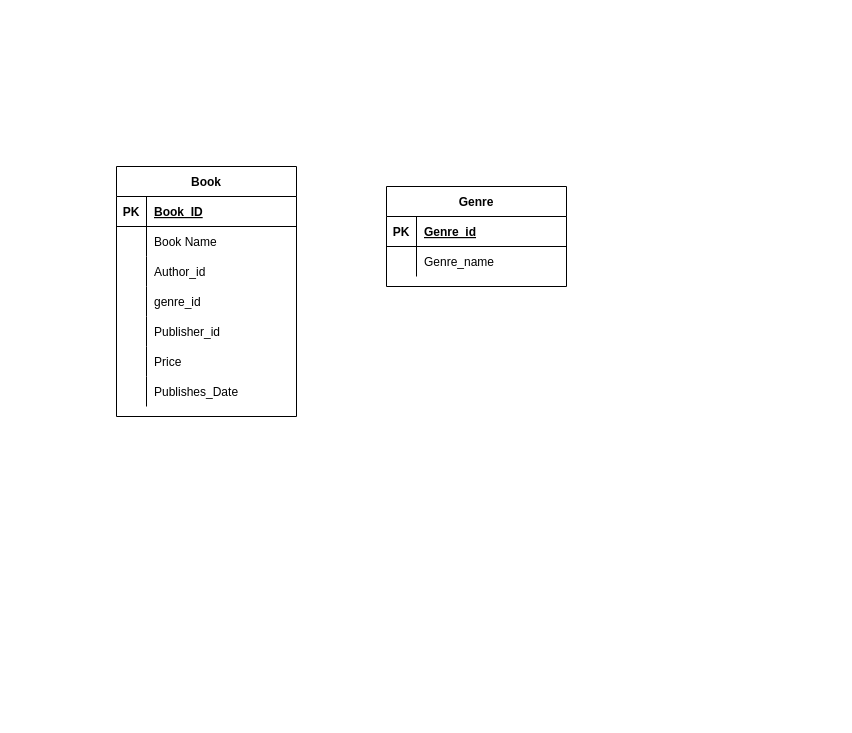
Before: Untitled Diagram.drawio in NikhilK-crypto/DBMS, a draw.io diagram. Source tidied: cells renumbered, new cells numbered last; positions are measured from the earlier drawing's top-left corner, leaving out a move shared by most shapes. Both pictures are drawn from the tidied source at 100%, with x=0, y=0 at pixel (116, 166).
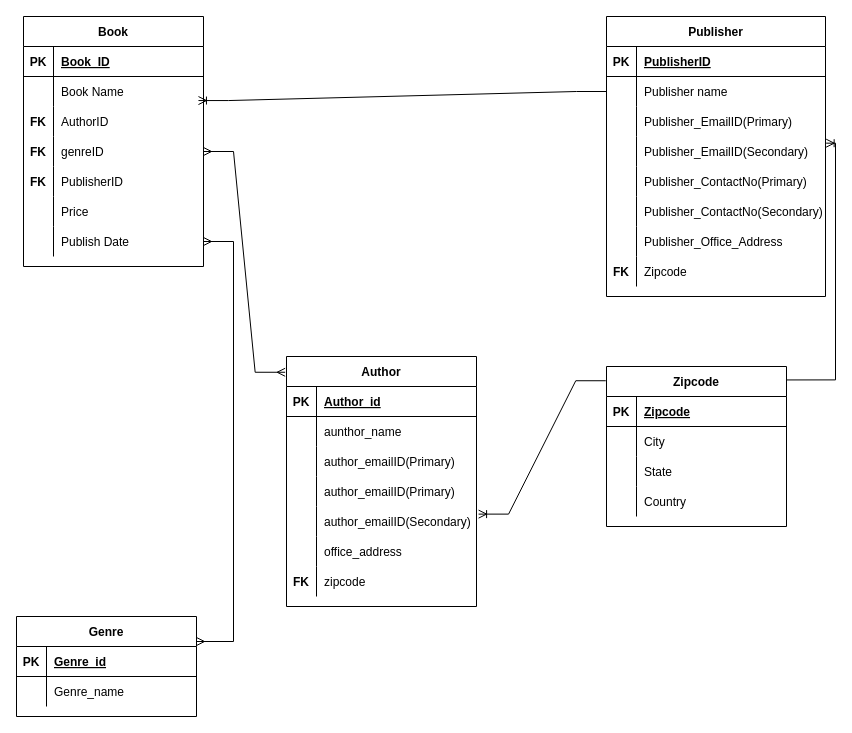
Above is the later version.

The change refers to these unchanged cells:
```xml
<mxCell id="9" style="shape=tableRow;horizontal=0;startSize=0;swimlaneHead=0;swimlaneBody=0;fillColor=none;points=[[0,0.5],[1,0.5]];portConstraint=eastwest;top=0;left=0;right=0;bottom=0;" parent="2" vertex="1">
  <mxGeometry y="90" width="180" height="30" as="geometry" />
</mxCell>
<mxCell id="12" style="shape=tableRow;horizontal=0;startSize=0;swimlaneHead=0;swimlaneBody=0;fillColor=none;points=[[0,0.5],[1,0.5]];portConstraint=eastwest;top=0;left=0;right=0;bottom=0;" parent="2" vertex="1">
  <mxGeometry y="120" width="180" height="30" as="geometry" />
</mxCell>
<mxCell id="15" style="shape=tableRow;horizontal=0;startSize=0;swimlaneHead=0;swimlaneBody=0;fillColor=none;top=0;left=0;right=0;bottom=0;" parent="2" vertex="1">
  <mxGeometry y="150" width="180" height="30" as="geometry" />
</mxCell>
<mxCell id="21" style="shape=tableRow;horizontal=0;startSize=0;swimlaneHead=0;swimlaneBody=0;fillColor=none;points=[[0,0.5],[1,0.5]];portConstraint=eastwest;top=0;left=0;right=0;bottom=0;" parent="2" vertex="1">
  <mxGeometry y="210" width="180" height="30" as="geometry" />
</mxCell>
```

What changed in the source:
```diff
@@
     <mxCell id="2" value="Book" style="shape=table;startSize=30;childLayout=tableLayout;rowLines=0;fontStyle=1;align=center;" parent="1" vertex="1">
-      <mxGeometry width="180" height="250" as="geometry" />
+      <mxGeometry x="-93" y="-150" width="180" height="250" as="geometry" />
     </mxCell>
@@
-    <mxCell id="11" value="Author_id" style="shape=partialRectangle;fillColor=none;top=0;left=0;bottom=0;right=0;align=left;spacingLeft=6;overflow=hidden;" parent="9" vertex="1">
+    <mxCell id="11" value="AuthorID" style="shape=partialRectangle;fillColor=none;top=0;left=0;bottom=0;right=0;align=left;spacingLeft=6;overflow=hidden;" parent="9" vertex="1">
       <mxGeometry x="30" width="150" height="30" as="geometry" />
     </mxCell>
@@
-    <mxCell id="14" value="genre_id" style="shape=partialRectangle;fillColor=none;top=0;left=0;bottom=0;right=0;align=left;spacingLeft=6;overflow=hidden;" parent="12" vertex="1">
+    <mxCell id="14" value="genreID" style="shape=partialRectangle;fillColor=none;top=0;left=0;bottom=0;right=0;align=left;spacingLeft=6;overflow=hidden;" parent="12" vertex="1">
       <mxGeometry x="30" width="150" height="30" as="geometry" />
     </mxCell>
@@
-    <mxCell id="16" style="shape=partialRectangle;fillColor=none;top=0;left=0;bottom=0;right=0;overflow=hidden;" parent="15" vertex="1">
+    <mxCell id="16" value="FK" style="shape=partialRectangle;fillColor=none;top=0;left=0;bottom=0;right=0;overflow=hidden;fontStyle=1;" parent="15" vertex="1">
       <mxGeometry width="30" height="30" as="geometry" />
     </mxCell>
-    <mxCell id="17" value="Publisher_id" style="shape=partialRectangle;fillColor=none;top=0;left=0;bottom=0;right=0;align=left;spacingLeft=6;overflow=hidden;" parent="15" vertex="1">
+    <mxCell id="17" value="PublisherID" style="shape=partialRectangle;fillColor=none;top=0;left=0;bottom=0;right=0;align=left;spacingLeft=6;overflow=hidden;" parent="15" vertex="1">
       <mxGeometry x="30" width="150" height="30" as="geometry" />
     </mxCell>
@@
-    <mxCell id="23" value="Publishes_Date" style="shape=partialRectangle;fillColor=none;top=0;left=0;bottom=0;right=0;align=left;spacingLeft=6;overflow=hidden;" parent="21" vertex="1">
+    <mxCell id="23" value="Publish Date" style="shape=partialRectangle;fillColor=none;top=0;left=0;bottom=0;right=0;align=left;spacingLeft=6;overflow=hidden;" parent="21" vertex="1">
       <mxGeometry x="30" width="150" height="30" as="geometry" />
     </mxCell>
     <mxCell id="24" value="Genre" style="shape=table;startSize=30;childLayout=tableLayout;rowLines=0;fontStyle=1;align=center;" parent="1" vertex="1">
-      <mxGeometry x="270" y="20" width="180" height="100" as="geometry" />
+      <mxGeometry x="-100" y="450" width="180" height="100" as="geometry" />
     </mxCell>
@@
+    <mxCell id="31" value="Zipcode" style="shape=table;startSize=30;childLayout=tableLayout;rowLines=0;fontStyle=1;align=center;" parent="1" vertex="1">
+      <mxGeometry x="490" y="200" width="180" height="160" as="geometry" />
+    </mxCell>
+    <mxCell id="32" style="shape=tableRow;horizontal=0;startSize=0;swimlaneHead=0;swimlaneBody=0;fillColor=none;top=0;left=0;right=0;bottom=1;" parent="31" vertex="1">
+      <mxGeometry y="30" width="180" height="30" as="geometry" />
+    </mxCell>
+    <mxCell id="33" value="PK" style="shape=partialRectangle;fillColor=none;top=0;left=0;bottom=0;right=0;fontStyle=1;overflow=hidden;" parent="32" vertex="1">
+      <mxGeometry width="30" height="30" as="geometry" />
+    </mxCell>
+    <mxCell id="34" value="Zipcode" style="shape=partialRectangle;fillColor=none;top=0;left=0;bottom=0;right=0;align=left;spacingLeft=6;fontStyle=5;overflow=hidden;" parent="32" vertex="1">
+      <mxGeometry x="30" width="150" height="30" as="geometry" />
+    </mxCell>
+    <mxCell id="35" style="shape=tableRow;horizontal=0;startSize=0;swimlaneHead=0;swimlaneBody=0;fillColor=none;top=0;left=0;right=0;bottom=0;" parent="31" vertex="1">
+      <mxGeometry y="60" width="180" height="30" as="geometry" />
+    </mxCell>
+    <mxCell id="36" style="shape=partialRectangle;fillColor=none;top=0;left=0;bottom=0;right=0;overflow=hidden;" parent="35" vertex="1">
+      <mxGeometry width="30" height="30" as="geometry" />
+    </mxCell>
+    <mxCell id="37" value="City" style="shape=partialRectangle;fillColor=none;top=0;left=0;bottom=0;right=0;align=left;spacingLeft=6;overflow=hidden;" parent="35" vertex="1">
+      <mxGeometry x="30" width="150" height="30" as="geometry" />
+    </mxCell>
+    <mxCell id="38" style="shape=tableRow;horizontal=0;startSize=0;swimlaneHead=0;swimlaneBody=0;fillColor=none;top=0;left=0;right=0;bottom=0;" parent="31" vertex="1">
+      <mxGeometry y="90" width="180" height="30" as="geometry" />
+    </mxCell>
+    <mxCell id="39" style="shape=partialRectangle;fillColor=none;top=0;left=0;bottom=0;right=0;overflow=hidden;" parent="38" vertex="1">
+      <mxGeometry width="30" height="30" as="geometry" />
+    </mxCell>
+    <mxCell id="40" value="State" style="shape=partialRectangle;fillColor=none;top=0;left=0;bottom=0;right=0;align=left;spacingLeft=6;overflow=hidden;" parent="38" vertex="1">
+      <mxGeometry x="30" width="150" height="30" as="geometry" />
+    </mxCell>
+    <mxCell id="41" style="shape=tableRow;horizontal=0;startSize=0;swimlaneHead=0;swimlaneBody=0;fillColor=none;top=0;left=0;right=0;bottom=0;" parent="31" vertex="1">
+      <mxGeometry y="120" width="180" height="30" as="geometry" />
+    </mxCell>
+    <mxCell id="42" style="shape=partialRectangle;fillColor=none;top=0;left=0;bottom=0;right=0;overflow=hidden;" parent="41" vertex="1">
+      <mxGeometry width="30" height="30" as="geometry" />
+    </mxCell>
+    <mxCell id="43" value="Country" style="shape=partialRectangle;fillColor=none;top=0;left=0;bottom=0;right=0;align=left;spacingLeft=6;overflow=hidden;" parent="41" vertex="1">
+      <mxGeometry x="30" width="150" height="30" as="geometry" />
+    </mxCell>
+    <mxCell id="44" value="Publisher" style="shape=table;startSize=30;childLayout=tableLayout;rowLines=0;fontStyle=1;align=center;" parent="1" vertex="1">
+      <mxGeometry x="490" y="-150" width="219" height="280" as="geometry" />
+    </mxCell>
+    <mxCell id="45" style="shape=tableRow;horizontal=0;startSize=0;swimlaneHead=0;swimlaneBody=0;fillColor=none;top=0;left=0;right=0;bottom=1;" parent="44" vertex="1">
+      <mxGeometry y="30" width="219" height="30" as="geometry" />
+    </mxCell>
+    <mxCell id="46" value="PK" style="shape=partialRectangle;fillColor=none;top=0;left=0;bottom=0;right=0;fontStyle=1;overflow=hidden;" parent="45" vertex="1">
+      <mxGeometry width="30" height="30" as="geometry" />
+    </mxCell>
+    <mxCell id="47" value="PublisherID" style="shape=partialRectangle;fillColor=none;top=0;left=0;bottom=0;right=0;align=left;spacingLeft=6;fontStyle=5;overflow=hidden;" parent="45" vertex="1">
+      <mxGeometry x="30" width="189" height="30" as="geometry" />
+    </mxCell>
+    <mxCell id="48" style="shape=tableRow;horizontal=0;startSize=0;swimlaneHead=0;swimlaneBody=0;fillColor=none;points=[[0,0.5],[1,0.5]];portConstraint=eastwest;top=0;left=0;right=0;bottom=0;" parent="44" vertex="1">
+      <mxGeometry y="60" width="219" height="30" as="geometry" />
+    </mxCell>
+    <mxCell id="49" style="shape=partialRectangle;fillColor=none;top=0;left=0;bottom=0;right=0;overflow=hidden;" parent="48" vertex="1">
+      <mxGeometry width="30" height="30" as="geometry" />
+    </mxCell>
+    <mxCell id="50" value="Publisher name" style="shape=partialRectangle;fillColor=none;top=0;left=0;bottom=0;right=0;align=left;spacingLeft=6;overflow=hidden;" parent="48" vertex="1">
+      <mxGeometry x="30" width="189" height="30" as="geometry" />
+    </mxCell>
+    <mxCell id="51" style="shape=tableRow;horizontal=0;startSize=0;swimlaneHead=0;swimlaneBody=0;fillColor=none;top=0;left=0;right=0;bottom=0;" parent="44" vertex="1">
+      <mxGeometry y="90" width="219" height="30" as="geometry" />
+    </mxCell>
+    <mxCell id="52" style="shape=partialRectangle;fillColor=none;top=0;left=0;bottom=0;right=0;overflow=hidden;" parent="51" vertex="1">
+      <mxGeometry width="30" height="30" as="geometry" />
+    </mxCell>
+    <mxCell id="53" value="Publisher_EmailID(Primary)" style="shape=partialRectangle;fillColor=none;top=0;left=0;bottom=0;right=0;align=left;spacingLeft=6;overflow=hidden;" parent="51" vertex="1">
+      <mxGeometry x="30" width="189" height="30" as="geometry" />
+    </mxCell>
+    <mxCell id="54" style="shape=tableRow;horizontal=0;startSize=0;swimlaneHead=0;swimlaneBody=0;fillColor=none;points=[[0,0.5],[1,0.5]];portConstraint=eastwest;top=0;left=0;right=0;bottom=0;" parent="44" vertex="1">
+      <mxGeometry y="120" width="219" height="30" as="geometry" />
+    </mxCell>
+    <mxCell id="55" style="shape=partialRectangle;fillColor=none;top=0;left=0;bottom=0;right=0;overflow=hidden;" parent="54" vertex="1">
+      <mxGeometry width="30" height="30" as="geometry" />
+    </mxCell>
+    <mxCell id="56" value="Publisher_EmailID(Secondary)" style="shape=partialRectangle;fillColor=none;top=0;left=0;bottom=0;right=0;align=left;spacingLeft=6;overflow=hidden;" parent="54" vertex="1">
+      <mxGeometry x="30" width="189" height="30" as="geometry" />
+    </mxCell>
+    <mxCell id="57" style="shape=tableRow;horizontal=0;startSize=0;swimlaneHead=0;swimlaneBody=0;fillColor=none;top=0;left=0;right=0;bottom=0;" parent="44" vertex="1">
+      <mxGeometry y="150" width="219" height="30" as="geometry" />
+    </mxCell>
+    <mxCell id="58" style="shape=partialRectangle;fillColor=none;top=0;left=0;bottom=0;right=0;overflow=hidden;" parent="57" vertex="1">
+      <mxGeometry width="30" height="30" as="geometry" />
+    </mxCell>
+    <mxCell id="59" value="Publisher_ContactNo(Primary)" style="shape=partialRectangle;fillColor=none;top=0;left=0;bottom=0;right=0;align=left;spacingLeft=6;overflow=hidden;" parent="57" vertex="1">
+      <mxGeometry x="30" width="189" height="30" as="geometry" />
+    </mxCell>
+    <mxCell id="60" style="shape=tableRow;horizontal=0;startSize=0;swimlaneHead=0;swimlaneBody=0;fillColor=none;top=0;left=0;right=0;bottom=0;" parent="44" vertex="1">
+      <mxGeometry y="180" width="219" height="30" as="geometry" />
+    </mxCell>
+    <mxCell id="61" style="shape=partialRectangle;fillColor=none;top=0;left=0;bottom=0;right=0;overflow=hidden;" parent="60" vertex="1">
+      <mxGeometry width="30" height="30" as="geometry" />
+    </mxCell>
+    <mxCell id="62" value="Publisher_ContactNo(Secondary)" style="shape=partialRectangle;fillColor=none;top=0;left=0;bottom=0;right=0;align=left;spacingLeft=6;overflow=hidden;" parent="60" vertex="1">
+      <mxGeometry x="30" width="189" height="30" as="geometry" />
+    </mxCell>
+    <mxCell id="63" style="shape=tableRow;horizontal=0;startSize=0;swimlaneHead=0;swimlaneBody=0;fillColor=none;top=0;left=0;right=0;bottom=0;" parent="44" vertex="1">
+      <mxGeometry y="210" width="219" height="30" as="geometry" />
+    </mxCell>
+    <mxCell id="64" style="shape=partialRectangle;fillColor=none;top=0;left=0;bottom=0;right=0;overflow=hidden;" parent="63" vertex="1">
+      <mxGeometry width="30" height="30" as="geometry" />
+    </mxCell>
+    <mxCell id="65" value="Publisher_Office_Address" style="shape=partialRectangle;fillColor=none;top=0;left=0;bottom=0;right=0;align=left;spacingLeft=6;overflow=hidden;" parent="63" vertex="1">
+      <mxGeometry x="30" width="189" height="30" as="geometry" />
+    </mxCell>
+    <mxCell id="66" style="shape=tableRow;horizontal=0;startSize=0;swimlaneHead=0;swimlaneBody=0;fillColor=none;top=0;left=0;right=0;bottom=0;" parent="44" vertex="1">
+      <mxGeometry y="240" width="219" height="30" as="geometry" />
+    </mxCell>
+    <mxCell id="67" style="shape=partialRectangle;fillColor=none;top=0;left=0;bottom=0;right=0;overflow=hidden;" parent="66" vertex="1">
+      <mxGeometry width="30" height="30" as="geometry" />
+    </mxCell>
+    <mxCell id="68" value="Zipcode" style="shape=partialRectangle;fillColor=none;top=0;left=0;bottom=0;right=0;align=left;spacingLeft=6;overflow=hidden;" parent="66" vertex="1">
+      <mxGeometry x="30" width="189" height="30" as="geometry" />
+    </mxCell>
+    <mxCell id="69" value="FK" style="shape=partialRectangle;fillColor=none;top=0;left=0;bottom=0;right=0;overflow=hidden;fontStyle=1;" parent="1" vertex="1">
+      <mxGeometry x="-93" y="-30" width="30" height="30" as="geometry" />
+    </mxCell>
+    <mxCell id="70" value="FK" style="shape=partialRectangle;fillColor=none;top=0;left=0;bottom=0;right=0;overflow=hidden;fontStyle=1;" parent="1" vertex="1">
+      <mxGeometry x="-93" y="-60" width="30" height="30" as="geometry" />
+    </mxCell>
+    <mxCell id="71" value="Author" style="shape=table;startSize=30;childLayout=tableLayout;rowLines=0;fontStyle=1;align=center;" parent="1" vertex="1">
+      <mxGeometry x="170" y="190" width="190" height="250" as="geometry" />
+    </mxCell>
+    <mxCell id="72" style="shape=tableRow;horizontal=0;startSize=0;swimlaneHead=0;swimlaneBody=0;fillColor=none;top=0;left=0;right=0;bottom=1;" parent="71" vertex="1">
+      <mxGeometry y="30" width="190" height="30" as="geometry" />
+    </mxCell>
+    <mxCell id="73" value="PK" style="shape=partialRectangle;fillColor=none;top=0;left=0;bottom=0;right=0;fontStyle=1;overflow=hidden;" parent="72" vertex="1">
+      <mxGeometry width="30" height="30" as="geometry" />
+    </mxCell>
+    <mxCell id="74" value="Author_id" style="shape=partialRectangle;fillColor=none;top=0;left=0;bottom=0;right=0;align=left;spacingLeft=6;fontStyle=5;overflow=hidden;" parent="72" vertex="1">
+      <mxGeometry x="30" width="160" height="30" as="geometry" />
+    </mxCell>
+    <mxCell id="75" style="shape=tableRow;horizontal=0;startSize=0;swimlaneHead=0;swimlaneBody=0;fillColor=none;top=0;left=0;right=0;bottom=0;" parent="71" vertex="1">
+      <mxGeometry y="60" width="190" height="30" as="geometry" />
+    </mxCell>
+    <mxCell id="76" style="shape=partialRectangle;fillColor=none;top=0;left=0;bottom=0;right=0;overflow=hidden;" parent="75" vertex="1">
+      <mxGeometry width="30" height="30" as="geometry" />
+    </mxCell>
+    <mxCell id="77" value="aunthor_name" style="shape=partialRectangle;fillColor=none;top=0;left=0;bottom=0;right=0;align=left;spacingLeft=6;overflow=hidden;" parent="75" vertex="1">
+      <mxGeometry x="30" width="160" height="30" as="geometry" />
+    </mxCell>
+    <mxCell id="78" style="shape=tableRow;horizontal=0;startSize=0;swimlaneHead=0;swimlaneBody=0;fillColor=none;top=0;left=0;right=0;bottom=0;" parent="71" vertex="1">
+      <mxGeometry y="90" width="190" height="30" as="geometry" />
+    </mxCell>
+    <mxCell id="79" style="shape=partialRectangle;fillColor=none;top=0;left=0;bottom=0;right=0;overflow=hidden;" parent="78" vertex="1">
+      <mxGeometry width="30" height="30" as="geometry" />
+    </mxCell>
+    <mxCell id="80" value="author_emailID(Primary)" style="shape=partialRectangle;fillColor=none;top=0;left=0;bottom=0;right=0;align=left;spacingLeft=6;overflow=hidden;" parent="78" vertex="1">
+      <mxGeometry x="30" width="160" height="30" as="geometry" />
+    </mxCell>
+    <mxCell id="81" style="shape=tableRow;horizontal=0;startSize=0;swimlaneHead=0;swimlaneBody=0;fillColor=none;top=0;left=0;right=0;bottom=0;" parent="71" vertex="1">
+      <mxGeometry y="120" width="190" height="30" as="geometry" />
+    </mxCell>
+    <mxCell id="82" style="shape=partialRectangle;fillColor=none;top=0;left=0;bottom=0;right=0;overflow=hidden;" parent="81" vertex="1">
+      <mxGeometry width="30" height="30" as="geometry" />
+    </mxCell>
+    <mxCell id="83" value="author_emailID(Primary)" style="shape=partialRectangle;fillColor=none;top=0;left=0;bottom=0;right=0;align=left;spacingLeft=6;overflow=hidden;" parent="81" vertex="1">
+      <mxGeometry x="30" width="160" height="30" as="geometry" />
+    </mxCell>
+    <mxCell id="84" style="shape=tableRow;horizontal=0;startSize=0;swimlaneHead=0;swimlaneBody=0;fillColor=none;points=[[0,0.5],[1,0.5]];portConstraint=eastwest;top=0;left=0;right=0;bottom=0;" parent="71" vertex="1">
+      <mxGeometry y="150" width="190" height="30" as="geometry" />
+    </mxCell>
+    <mxCell id="85" style="shape=partialRectangle;fillColor=none;top=0;left=0;bottom=0;right=0;overflow=hidden;" parent="84" vertex="1">
+      <mxGeometry width="30" height="30" as="geometry" />
+    </mxCell>
+    <mxCell id="86" value="author_emailID(Secondary)" style="shape=partialRectangle;fillColor=none;top=0;left=0;bottom=0;right=0;align=left;spacingLeft=6;overflow=hidden;" parent="84" vertex="1">
+      <mxGeometry x="30" width="160" height="30" as="geometry" />
+    </mxCell>
+    <mxCell id="87" style="shape=tableRow;horizontal=0;startSize=0;swimlaneHead=0;swimlaneBody=0;fillColor=none;top=0;left=0;right=0;bottom=0;" parent="71" vertex="1">
+      <mxGeometry y="180" width="190" height="30" as="geometry" />
+    </mxCell>
+    <mxCell id="88" style="shape=partialRectangle;fillColor=none;top=0;left=0;bottom=0;right=0;overflow=hidden;" parent="87" vertex="1">
+      <mxGeometry width="30" height="30" as="geometry" />
+    </mxCell>
+    <mxCell id="89" value="office_address" style="shape=partialRectangle;fillColor=none;top=0;left=0;bottom=0;right=0;align=left;spacingLeft=6;overflow=hidden;" parent="87" vertex="1">
+      <mxGeometry x="30" width="160" height="30" as="geometry" />
+    </mxCell>
+    <mxCell id="90" style="shape=tableRow;horizontal=0;startSize=0;swimlaneHead=0;swimlaneBody=0;fillColor=none;top=0;left=0;right=0;bottom=0;" parent="71" vertex="1">
+      <mxGeometry y="210" width="190" height="30" as="geometry" />
+    </mxCell>
+    <mxCell id="91" style="shape=partialRectangle;fillColor=none;top=0;left=0;bottom=0;right=0;overflow=hidden;" parent="90" vertex="1">
+      <mxGeometry width="30" height="30" as="geometry" />
+    </mxCell>
+    <mxCell id="92" value="zipcode" style="shape=partialRectangle;fillColor=none;top=0;left=0;bottom=0;right=0;align=left;spacingLeft=6;overflow=hidden;" parent="90" vertex="1">
+      <mxGeometry x="30" width="160" height="30" as="geometry" />
+    </mxCell>
+    <mxCell id="93" style="edgeStyle=entityRelationEdgeStyle;fontSize=12;html=1;endArrow=ERmany;startArrow=ERmany;rounded=0;entryX=-0.007;entryY=0.063;entryDx=0;entryDy=0;entryPerimeter=0;" parent="1" edge="1" source="12" target="71">
+      <mxGeometry relative="1" as="geometry" />
+    </mxCell>
+    <mxCell id="94" style="edgeStyle=entityRelationEdgeStyle;fontSize=12;html=1;endArrow=ERmany;startArrow=ERmany;rounded=0;exitX=1;exitY=0.25;exitDx=0;exitDy=0;" parent="1" edge="1" source="24" target="21">
+      <mxGeometry relative="1" as="geometry" />
+    </mxCell>
+    <mxCell id="95" style="edgeStyle=entityRelationEdgeStyle;fontSize=12;html=1;endArrow=ERoneToMany;rounded=0;entryX=0.972;entryY=-0.198;entryDx=0;entryDy=0;entryPerimeter=0;exitX=0;exitY=0.5;exitDx=0;exitDy=0;" parent="1" edge="1" source="48" target="9">
+      <mxGeometry relative="1" as="geometry" />
+    </mxCell>
+    <mxCell id="96" style="edgeStyle=entityRelationEdgeStyle;fontSize=12;html=1;endArrow=ERoneToMany;rounded=0;exitX=-0.004;exitY=0.089;exitDx=0;exitDy=0;exitPerimeter=0;entryX=1.011;entryY=0.254;entryDx=0;entryDy=0;entryPerimeter=0;" parent="1" edge="1" source="31" target="84">
+      <mxGeometry relative="1" as="geometry" />
+    </mxCell>
+    <mxCell id="97" style="edgeStyle=orthogonalEdgeStyle;fontSize=12;html=1;endArrow=ERoneToMany;rounded=0;entryX=1.003;entryY=0.222;entryDx=0;entryDy=0;entryPerimeter=0;exitX=1.002;exitY=0.084;exitDx=0;exitDy=0;exitPerimeter=0;" parent="1" edge="1" source="31" target="54">
+      <mxGeometry relative="1" as="geometry" />
+    </mxCell>
+    <mxCell id="98" value="FK" style="shape=partialRectangle;fillColor=none;top=0;left=0;bottom=0;right=0;overflow=hidden;fontStyle=1;" parent="1" vertex="1">
+      <mxGeometry x="490" y="90" width="30" height="30" as="geometry" />
+    </mxCell>
+    <mxCell id="99" value="FK" style="shape=partialRectangle;fillColor=none;top=0;left=0;bottom=0;right=0;overflow=hidden;fontStyle=1;" parent="1" vertex="1">
+      <mxGeometry x="170" y="400" width="30" height="30" as="geometry" />
+    </mxCell>
```
